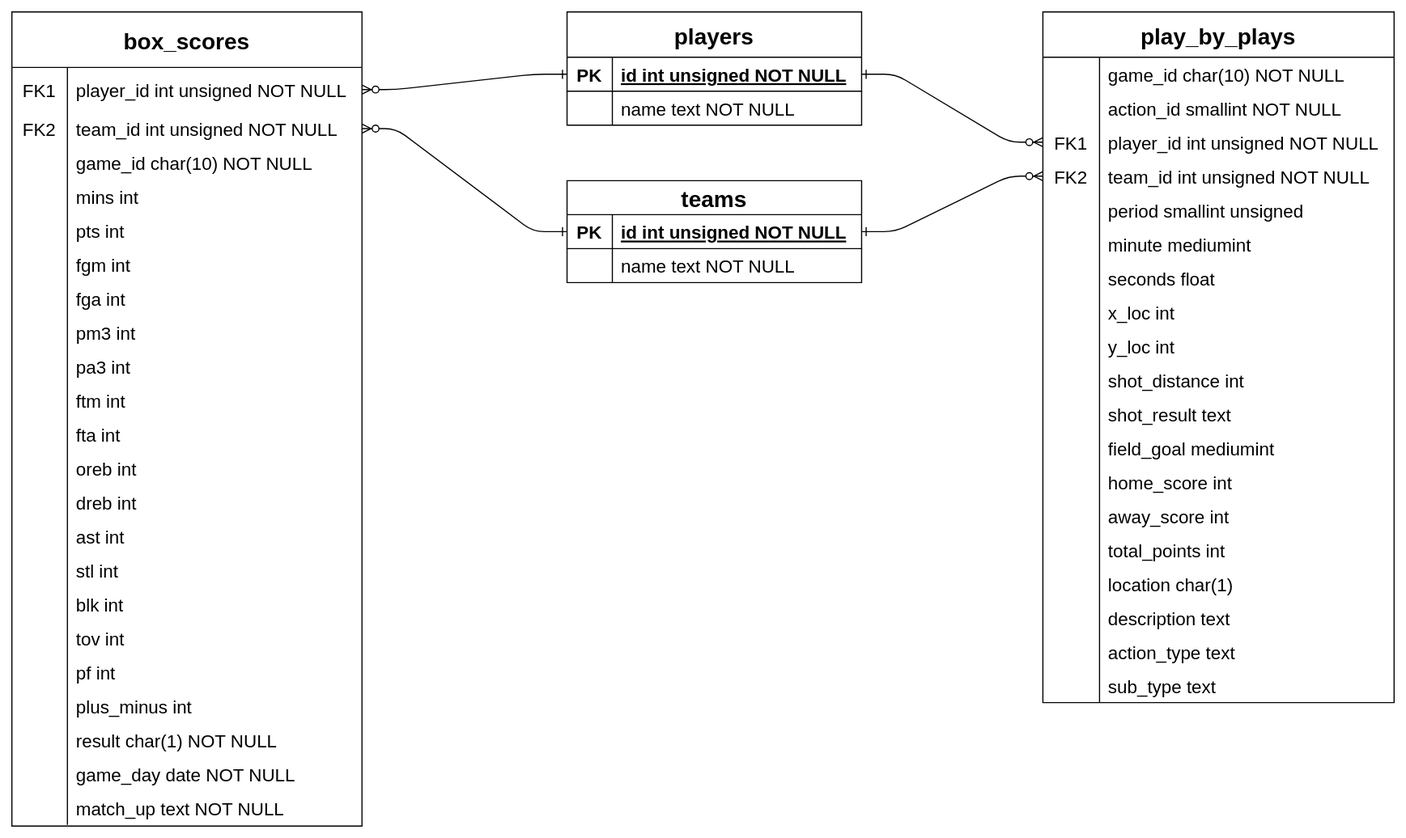
Above: schema.svg in Blunt10K/NBA (draw.io), before the change. Source tidied: cells renumbered, new cells last; positions are measured from the earlier drawing's top-left corner, leaving out a move shared by most shapes.
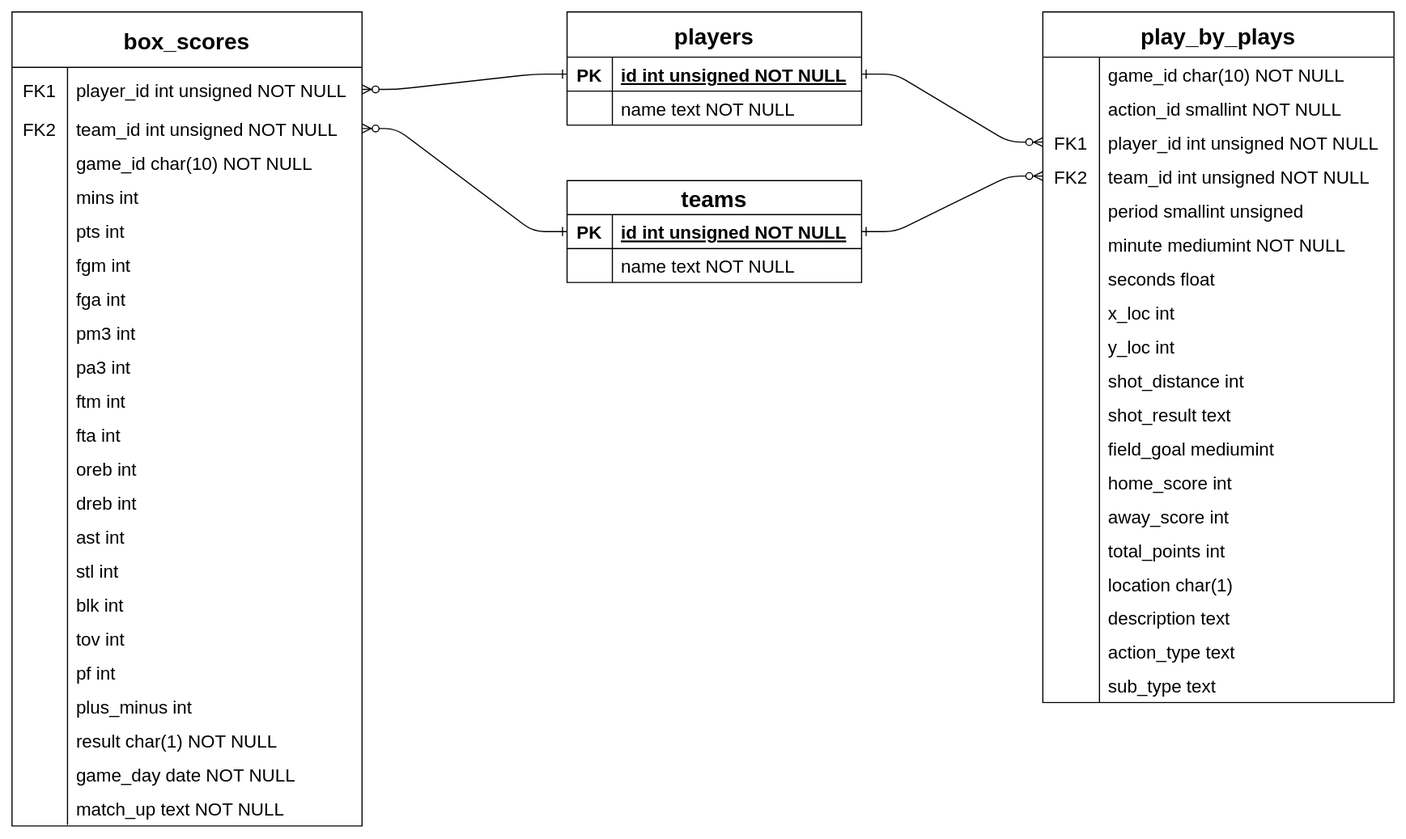
Above is the later version.

Change to the diagram source:
```diff
@@ -260,7 +260,7 @@
     <mxCell id="87" style="shape=partialRectangle;fillColor=none;top=0;left=0;bottom=0;right=0;overflow=hidden;fontSize=16;" parent="86" vertex="1">
       <mxGeometry width="50" height="30" as="geometry" />
     </mxCell>
-    <mxCell id="88" value="minute mediumint" style="shape=partialRectangle;fillColor=none;top=0;left=0;bottom=0;right=0;align=left;spacingLeft=6;overflow=hidden;fontSize=16;" parent="86" vertex="1">
+    <mxCell id="88" value="minute mediumint NOT NULL" style="shape=partialRectangle;fillColor=none;top=0;left=0;bottom=0;right=0;align=left;spacingLeft=6;overflow=hidden;fontSize=16;" parent="86" vertex="1">
       <mxGeometry x="50" width="260" height="30" as="geometry" />
     </mxCell>
     <mxCell id="89" style="shape=tableRow;horizontal=0;startSize=0;swimlaneHead=0;swimlaneBody=0;fillColor=none;top=0;left=0;right=0;bottom=0;" parent="70" vertex="1">
```
